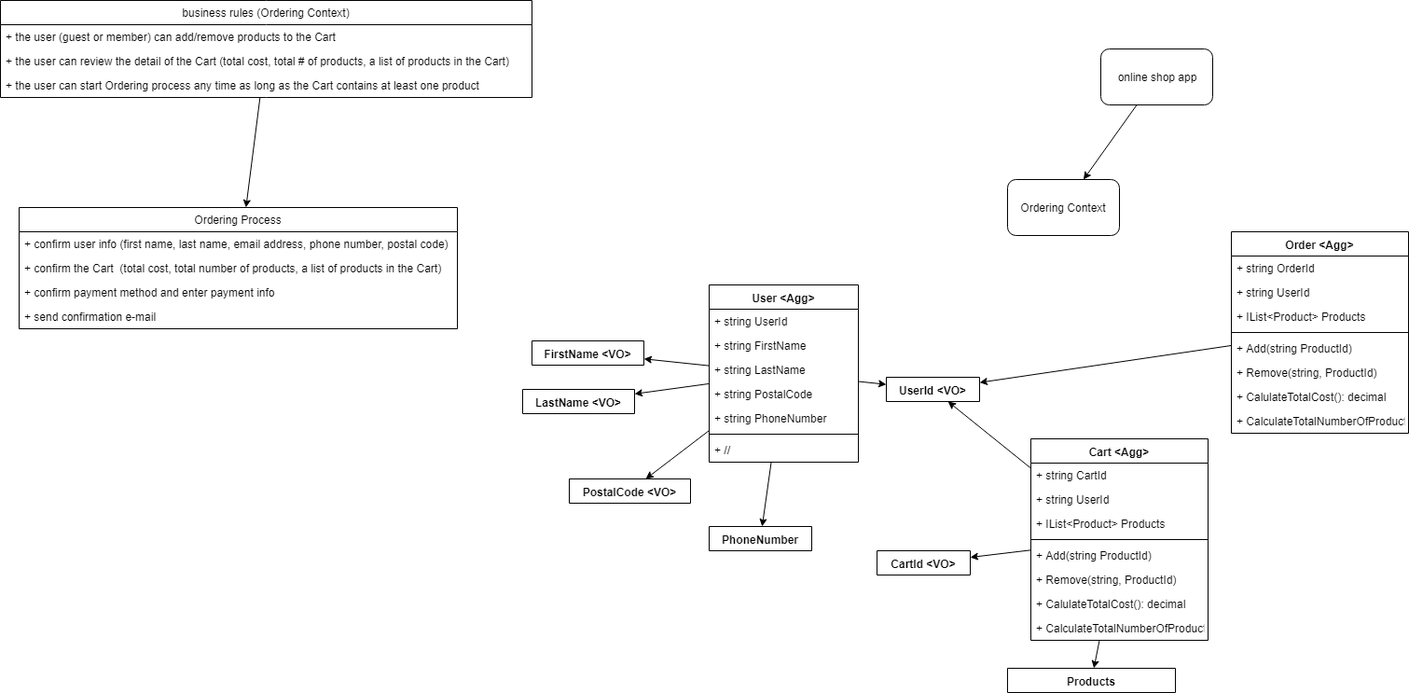
Above: DDD_OnlineShop_Design.PNG in stsiwo/ddd_concept (draw.io), before the change. Source tidied: cells renumbered, new cells last; positions are measured from the earlier drawing's top-left corner, leaving out a move shared by most shapes. The source it was exported from:
```xml
<mxGraphModel>
  <root>
    <mxCell id="0" />
    <mxCell id="1" parent="0" />
    <mxCell id="2" style="rounded=0;jettySize=auto;html=1;" parent="1" edge="1" source="3" target="4">
      <mxGeometry relative="1" as="geometry" />
    </mxCell>
    <mxCell id="3" value="online shop app" style="rounded=1;whiteSpace=wrap;html=1;" parent="1" vertex="1">
      <mxGeometry x="1180" y="52" width="120" height="60" as="geometry" />
    </mxCell>
    <mxCell id="4" value="Ordering Context" style="rounded=1;whiteSpace=wrap;html=1;" parent="1" vertex="1">
      <mxGeometry x="1080" y="192" width="120" height="60" as="geometry" />
    </mxCell>
    <mxCell id="5" style="edgeStyle=none;rounded=0;jettySize=auto;html=1;" parent="1" edge="1" source="6" target="10">
      <mxGeometry relative="1" as="geometry" />
    </mxCell>
    <mxCell id="6" value="business rules (Ordering Context)" style="swimlane;fontStyle=0;horizontal=1;startSize=26;fillColor=none;" parent="1" vertex="1">
      <mxGeometry width="570" height="104" as="geometry" />
    </mxCell>
    <mxCell id="7" value="+ the user (guest or member) can add/remove products to the Cart" style="text;strokeColor=none;fillColor=none;align=left;verticalAlign=top;spacingLeft=4;spacingRight=4;overflow=hidden;" parent="6" vertex="1">
      <mxGeometry y="26" width="570" height="26" as="geometry" />
    </mxCell>
    <mxCell id="8" value="+ the user can review the detail of the Cart (total cost, total # of products, a list of products in the Cart)" style="text;strokeColor=none;fillColor=none;align=left;verticalAlign=top;spacingLeft=4;spacingRight=4;overflow=hidden;" parent="6" vertex="1">
      <mxGeometry y="52" width="570" height="26" as="geometry" />
    </mxCell>
    <mxCell id="9" value="+ the user can start Ordering process any time as long as the Cart contains at least one product" style="text;strokeColor=none;fillColor=none;align=left;verticalAlign=top;spacingLeft=4;spacingRight=4;overflow=hidden;" parent="6" vertex="1">
      <mxGeometry y="78" width="570" height="26" as="geometry" />
    </mxCell>
    <mxCell id="10" value="Ordering Process" style="swimlane;fontStyle=0;horizontal=1;startSize=26;fillColor=none;" parent="1" vertex="1">
      <mxGeometry x="20" y="222" width="470" height="130" as="geometry" />
    </mxCell>
    <mxCell id="11" value="+ confirm user info (first name, last name, email address, phone number, postal code)" style="text;strokeColor=none;fillColor=none;align=left;verticalAlign=top;spacingLeft=4;spacingRight=4;overflow=hidden;" parent="10" vertex="1">
      <mxGeometry y="26" width="470" height="26" as="geometry" />
    </mxCell>
    <mxCell id="12" value="+ confirm the Cart  (total cost, total number of products, a list of products in the Cart)" style="text;strokeColor=none;fillColor=none;align=left;verticalAlign=top;spacingLeft=4;spacingRight=4;overflow=hidden;" parent="10" vertex="1">
      <mxGeometry y="52" width="470" height="26" as="geometry" />
    </mxCell>
    <mxCell id="13" value="+ confirm payment method and enter payment info" style="text;strokeColor=none;fillColor=none;align=left;verticalAlign=top;spacingLeft=4;spacingRight=4;overflow=hidden;" parent="10" vertex="1">
      <mxGeometry y="78" width="470" height="26" as="geometry" />
    </mxCell>
    <mxCell id="14" value="+ send confirmation e-mail" style="text;strokeColor=none;fillColor=none;align=left;verticalAlign=top;spacingLeft=4;spacingRight=4;overflow=hidden;" parent="10" vertex="1">
      <mxGeometry y="104" width="470" height="26" as="geometry" />
    </mxCell>
    <mxCell id="15" style="edgeStyle=none;rounded=0;jettySize=auto;html=1;" parent="1" edge="1" source="20" target="40">
      <mxGeometry relative="1" as="geometry" />
    </mxCell>
    <mxCell id="16" style="edgeStyle=none;rounded=0;jettySize=auto;html=1;" parent="1" edge="1" source="20" target="41">
      <mxGeometry relative="1" as="geometry" />
    </mxCell>
    <mxCell id="17" style="edgeStyle=none;rounded=0;jettySize=auto;html=1;" parent="1" edge="1" source="20" target="42">
      <mxGeometry relative="1" as="geometry" />
    </mxCell>
    <mxCell id="18" style="edgeStyle=none;rounded=0;jettySize=auto;html=1;" parent="1" edge="1" source="20" target="44">
      <mxGeometry relative="1" as="geometry" />
    </mxCell>
    <mxCell id="19" style="edgeStyle=none;rounded=0;jettySize=auto;html=1;" parent="1" edge="1" source="20" target="43">
      <mxGeometry relative="1" as="geometry" />
    </mxCell>
    <mxCell id="20" value="User &lt;Agg&gt;" style="swimlane;fontStyle=1;align=center;verticalAlign=top;horizontal=1;startSize=26;" parent="1" vertex="1">
      <mxGeometry x="760" y="305" width="160" height="190" as="geometry" />
    </mxCell>
    <mxCell id="21" value="+ string UserId" style="text;strokeColor=none;fillColor=none;align=left;verticalAlign=top;spacingLeft=4;spacingRight=4;overflow=hidden;" parent="20" vertex="1">
      <mxGeometry y="26" width="160" height="26" as="geometry" />
    </mxCell>
    <mxCell id="22" value="+ string FirstName" style="text;strokeColor=none;fillColor=none;align=left;verticalAlign=top;spacingLeft=4;spacingRight=4;overflow=hidden;" parent="20" vertex="1">
      <mxGeometry y="52" width="160" height="26" as="geometry" />
    </mxCell>
    <mxCell id="23" value="+ string LastName" style="text;strokeColor=none;fillColor=none;align=left;verticalAlign=top;spacingLeft=4;spacingRight=4;overflow=hidden;" parent="20" vertex="1">
      <mxGeometry y="78" width="160" height="26" as="geometry" />
    </mxCell>
    <mxCell id="24" value="+ string PostalCode" style="text;strokeColor=none;fillColor=none;align=left;verticalAlign=top;spacingLeft=4;spacingRight=4;overflow=hidden;" parent="20" vertex="1">
      <mxGeometry y="104" width="160" height="26" as="geometry" />
    </mxCell>
    <mxCell id="25" value="+ string PhoneNumber" style="text;strokeColor=none;fillColor=none;align=left;verticalAlign=top;spacingLeft=4;spacingRight=4;overflow=hidden;" parent="20" vertex="1">
      <mxGeometry y="130" width="160" height="26" as="geometry" />
    </mxCell>
    <mxCell id="26" style="line;strokeWidth=1;fillColor=none;align=left;verticalAlign=middle;spacingTop=-1;spacingLeft=3;spacingRight=3;labelPosition=right;" parent="20" vertex="1">
      <mxGeometry y="156" width="160" height="8" as="geometry" />
    </mxCell>
    <mxCell id="27" value="+ //" style="text;strokeColor=none;fillColor=none;align=left;verticalAlign=top;spacingLeft=4;spacingRight=4;overflow=hidden;" parent="20" vertex="1">
      <mxGeometry y="164" width="160" height="26" as="geometry" />
    </mxCell>
    <mxCell id="28" style="edgeStyle=none;rounded=0;jettySize=auto;html=1;" parent="1" edge="1" source="31" target="40">
      <mxGeometry relative="1" as="geometry" />
    </mxCell>
    <mxCell id="29" style="edgeStyle=none;rounded=0;jettySize=auto;html=1;" parent="1" edge="1" source="31" target="45">
      <mxGeometry relative="1" as="geometry" />
    </mxCell>
    <mxCell id="30" style="edgeStyle=none;rounded=0;jettySize=auto;html=1;" parent="1" edge="1" source="31" target="46">
      <mxGeometry relative="1" as="geometry" />
    </mxCell>
    <mxCell id="31" value="Cart &lt;Agg&gt;" style="swimlane;fontStyle=1;align=center;verticalAlign=top;horizontal=1;startSize=26;" parent="1" vertex="1">
      <mxGeometry x="1105" y="470" width="190" height="216" as="geometry" />
    </mxCell>
    <mxCell id="32" value="+ string CartId" style="text;strokeColor=none;fillColor=none;align=left;verticalAlign=top;spacingLeft=4;spacingRight=4;overflow=hidden;" parent="31" vertex="1">
      <mxGeometry y="26" width="190" height="26" as="geometry" />
    </mxCell>
    <mxCell id="33" value="+ string UserId" style="text;strokeColor=none;fillColor=none;align=left;verticalAlign=top;spacingLeft=4;spacingRight=4;overflow=hidden;" parent="31" vertex="1">
      <mxGeometry y="52" width="190" height="26" as="geometry" />
    </mxCell>
    <mxCell id="34" value="+ IList&lt;Product&gt; Products" style="text;strokeColor=none;fillColor=none;align=left;verticalAlign=top;spacingLeft=4;spacingRight=4;overflow=hidden;" parent="31" vertex="1">
      <mxGeometry y="78" width="190" height="26" as="geometry" />
    </mxCell>
    <mxCell id="35" style="line;strokeWidth=1;fillColor=none;align=left;verticalAlign=middle;spacingTop=-1;spacingLeft=3;spacingRight=3;labelPosition=right;" parent="31" vertex="1">
      <mxGeometry y="104" width="190" height="8" as="geometry" />
    </mxCell>
    <mxCell id="36" value="+ Add(string ProductId)" style="text;strokeColor=none;fillColor=none;align=left;verticalAlign=top;spacingLeft=4;spacingRight=4;overflow=hidden;" parent="31" vertex="1">
      <mxGeometry y="112" width="190" height="26" as="geometry" />
    </mxCell>
    <mxCell id="37" value="+ Remove(string, ProductId)" style="text;strokeColor=none;fillColor=none;align=left;verticalAlign=top;spacingLeft=4;spacingRight=4;overflow=hidden;" parent="31" vertex="1">
      <mxGeometry y="138" width="190" height="26" as="geometry" />
    </mxCell>
    <mxCell id="38" value="+ CalulateTotalCost(): decimal" style="text;strokeColor=none;fillColor=none;align=left;verticalAlign=top;spacingLeft=4;spacingRight=4;overflow=hidden;" parent="31" vertex="1">
      <mxGeometry y="164" width="190" height="26" as="geometry" />
    </mxCell>
    <mxCell id="39" value="+ CalculateTotalNumberOfProducts(): int" style="text;strokeColor=none;fillColor=none;align=left;verticalAlign=top;spacingLeft=4;spacingRight=4;overflow=hidden;" parent="31" vertex="1">
      <mxGeometry y="190" width="190" height="26" as="geometry" />
    </mxCell>
    <mxCell id="40" value="UserId &lt;VO&gt;" style="swimlane;fontStyle=1;align=center;verticalAlign=top;horizontal=1;startSize=26;" parent="1" vertex="1" collapsed="1">
      <mxGeometry x="950" y="404" width="100" height="26" as="geometry" />
    </mxCell>
    <mxCell id="41" value="FirstName &lt;VO&gt;" style="swimlane;fontStyle=1;align=center;verticalAlign=top;horizontal=1;startSize=26;" parent="1" vertex="1" collapsed="1">
      <mxGeometry x="570" y="365" width="120" height="26" as="geometry" />
    </mxCell>
    <mxCell id="42" value="LastName &lt;VO&gt;" style="swimlane;fontStyle=1;align=center;verticalAlign=top;horizontal=1;startSize=26;" parent="1" vertex="1" collapsed="1">
      <mxGeometry x="560" y="417" width="120" height="26" as="geometry" />
    </mxCell>
    <mxCell id="43" value="PostalCode &lt;VO&gt;" style="swimlane;fontStyle=1;align=center;verticalAlign=top;horizontal=1;startSize=26;" parent="1" vertex="1" collapsed="1">
      <mxGeometry x="610" y="513" width="130" height="26" as="geometry" />
    </mxCell>
    <mxCell id="44" value="PhoneNumber" style="swimlane;fontStyle=1;align=center;verticalAlign=top;horizontal=1;startSize=26;" parent="1" vertex="1" collapsed="1">
      <mxGeometry x="760" y="564" width="110" height="26" as="geometry" />
    </mxCell>
    <mxCell id="45" value="CartId &lt;VO&gt;" style="swimlane;fontStyle=1;align=center;verticalAlign=top;horizontal=1;startSize=26;" parent="1" vertex="1" collapsed="1">
      <mxGeometry x="940" y="590" width="100" height="26" as="geometry" />
    </mxCell>
    <mxCell id="46" value="Products" style="swimlane;fontStyle=1;align=center;verticalAlign=top;horizontal=1;startSize=26;" parent="1" vertex="1" collapsed="1">
      <mxGeometry x="1080" y="716" width="180" height="26" as="geometry" />
    </mxCell>
    <mxCell id="47" style="edgeStyle=none;rounded=0;jettySize=auto;html=1;" parent="1" edge="1" source="48" target="40">
      <mxGeometry relative="1" as="geometry" />
    </mxCell>
    <mxCell id="48" value="Order &lt;Agg&gt;" style="swimlane;fontStyle=1;align=center;verticalAlign=top;horizontal=1;startSize=26;" parent="1" vertex="1">
      <mxGeometry x="1320" y="248" width="190" height="216" as="geometry" />
    </mxCell>
    <mxCell id="49" value="+ string OrderId" style="text;strokeColor=none;fillColor=none;align=left;verticalAlign=top;spacingLeft=4;spacingRight=4;overflow=hidden;" parent="48" vertex="1">
      <mxGeometry y="26" width="190" height="26" as="geometry" />
    </mxCell>
    <mxCell id="50" value="+ string UserId" style="text;strokeColor=none;fillColor=none;align=left;verticalAlign=top;spacingLeft=4;spacingRight=4;overflow=hidden;" parent="48" vertex="1">
      <mxGeometry y="52" width="190" height="26" as="geometry" />
    </mxCell>
    <mxCell id="51" value="+ IList&lt;Product&gt; Products" style="text;strokeColor=none;fillColor=none;align=left;verticalAlign=top;spacingLeft=4;spacingRight=4;overflow=hidden;" parent="48" vertex="1">
      <mxGeometry y="78" width="190" height="26" as="geometry" />
    </mxCell>
    <mxCell id="52" style="line;strokeWidth=1;fillColor=none;align=left;verticalAlign=middle;spacingTop=-1;spacingLeft=3;spacingRight=3;labelPosition=right;" parent="48" vertex="1">
      <mxGeometry y="104" width="190" height="8" as="geometry" />
    </mxCell>
    <mxCell id="53" value="+ Add(string ProductId)" style="text;strokeColor=none;fillColor=none;align=left;verticalAlign=top;spacingLeft=4;spacingRight=4;overflow=hidden;" parent="48" vertex="1">
      <mxGeometry y="112" width="190" height="26" as="geometry" />
    </mxCell>
    <mxCell id="54" value="+ Remove(string, ProductId)" style="text;strokeColor=none;fillColor=none;align=left;verticalAlign=top;spacingLeft=4;spacingRight=4;overflow=hidden;" parent="48" vertex="1">
      <mxGeometry y="138" width="190" height="26" as="geometry" />
    </mxCell>
    <mxCell id="55" value="+ CalulateTotalCost(): decimal" style="text;strokeColor=none;fillColor=none;align=left;verticalAlign=top;spacingLeft=4;spacingRight=4;overflow=hidden;" parent="48" vertex="1">
      <mxGeometry y="164" width="190" height="26" as="geometry" />
    </mxCell>
    <mxCell id="56" value="+ CalculateTotalNumberOfProducts(): int" style="text;strokeColor=none;fillColor=none;align=left;verticalAlign=top;spacingLeft=4;spacingRight=4;overflow=hidden;" parent="48" vertex="1">
      <mxGeometry y="190" width="190" height="26" as="geometry" />
    </mxCell>
  </root>
</mxGraphModel>
```
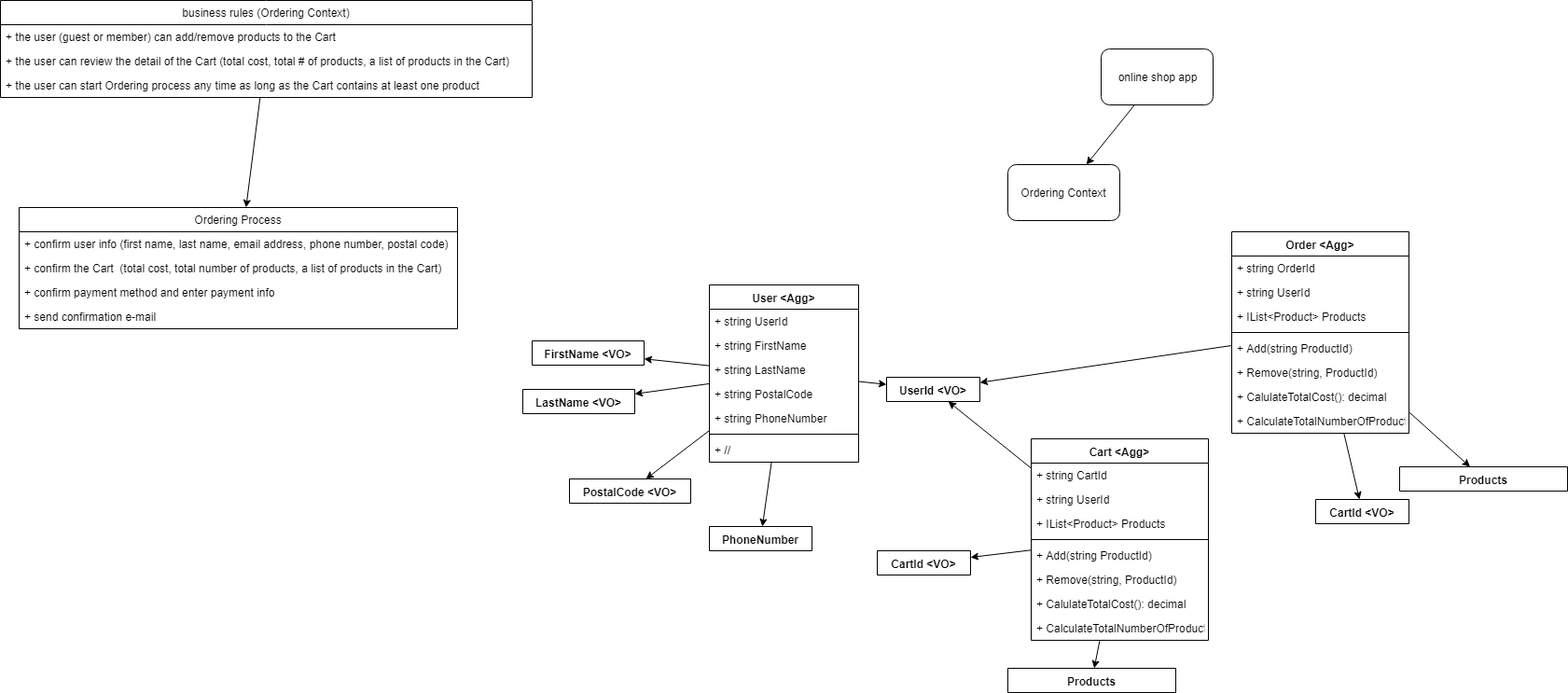
Later version of the same file.

Diff of the diagram source:
```diff
@@ -9,7 +9,7 @@
       <mxGeometry x="1180" y="52" width="120" height="60" as="geometry" />
     </mxCell>
     <mxCell id="4" value="Ordering Context" style="rounded=1;whiteSpace=wrap;html=1;" parent="1" vertex="1">
-      <mxGeometry x="1080" y="192" width="120" height="60" as="geometry" />
+      <mxGeometry x="1080" y="176" width="120" height="60" as="geometry" />
     </mxCell>
     <mxCell id="5" style="edgeStyle=none;rounded=0;jettySize=auto;html=1;" parent="1" edge="1" source="6" target="10">
       <mxGeometry relative="1" as="geometry" />
@@ -140,6 +140,12 @@
     <mxCell id="47" style="edgeStyle=none;rounded=0;jettySize=auto;html=1;" parent="1" edge="1" source="48" target="40">
       <mxGeometry relative="1" as="geometry" />
     </mxCell>
+    <mxCell id="57" style="edgeStyle=none;rounded=0;jettySize=auto;html=1;" parent="1" edge="1" source="48" target="59">
+      <mxGeometry relative="1" as="geometry" />
+    </mxCell>
+    <mxCell id="58" style="edgeStyle=none;rounded=0;jettySize=auto;html=1;" parent="1" edge="1" source="48" target="60">
+      <mxGeometry relative="1" as="geometry" />
+    </mxCell>
     <mxCell id="48" value="Order &lt;Agg&gt;" style="swimlane;fontStyle=1;align=center;verticalAlign=top;horizontal=1;startSize=26;" parent="1" vertex="1">
       <mxGeometry x="1320" y="248" width="190" height="216" as="geometry" />
     </mxCell>
@@ -167,5 +173,11 @@
     <mxCell id="56" value="+ CalculateTotalNumberOfProducts(): int" style="text;strokeColor=none;fillColor=none;align=left;verticalAlign=top;spacingLeft=4;spacingRight=4;overflow=hidden;" parent="48" vertex="1">
       <mxGeometry y="190" width="190" height="26" as="geometry" />
     </mxCell>
+    <mxCell id="59" value="CartId &lt;VO&gt;" style="swimlane;fontStyle=1;align=center;verticalAlign=top;horizontal=1;startSize=26;" parent="1" vertex="1" collapsed="1">
+      <mxGeometry x="1410" y="535" width="100" height="26" as="geometry" />
+    </mxCell>
+    <mxCell id="60" value="Products" style="swimlane;fontStyle=1;align=center;verticalAlign=top;horizontal=1;startSize=26;" parent="1" vertex="1" collapsed="1">
+      <mxGeometry x="1500" y="500" width="180" height="26" as="geometry" />
+    </mxCell>
   </root>
 </mxGraphModel>
```
